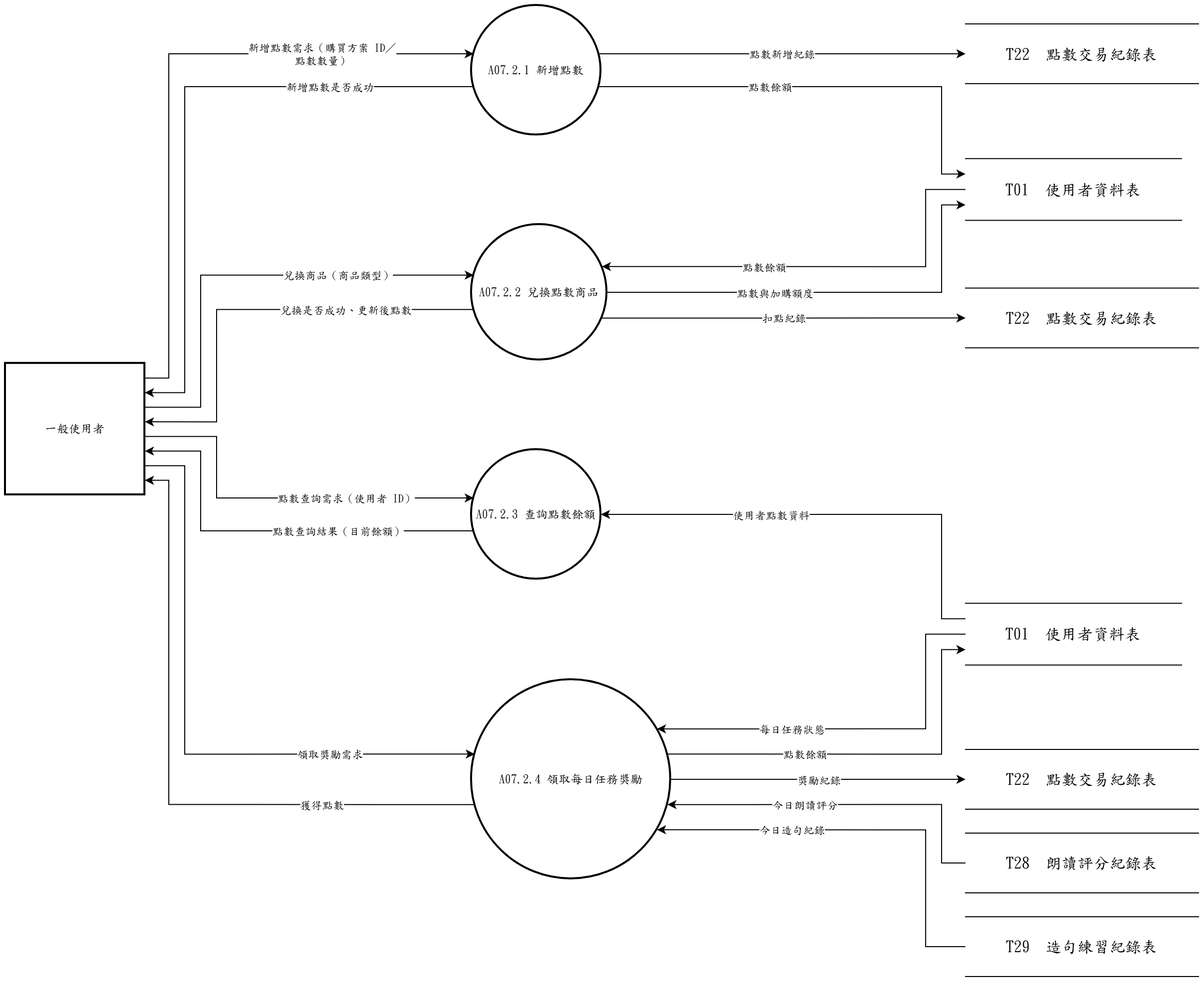
The draw.io diagram 系統文件/第6章/DFD圖/圖7/新/圖7-2.drawio.png in s22452007/115502, before a commit. Source tidied: cells renumbered, new cells last; positions are measured from the earlier drawing's top-left corner, leaving out a move shared by most shapes.
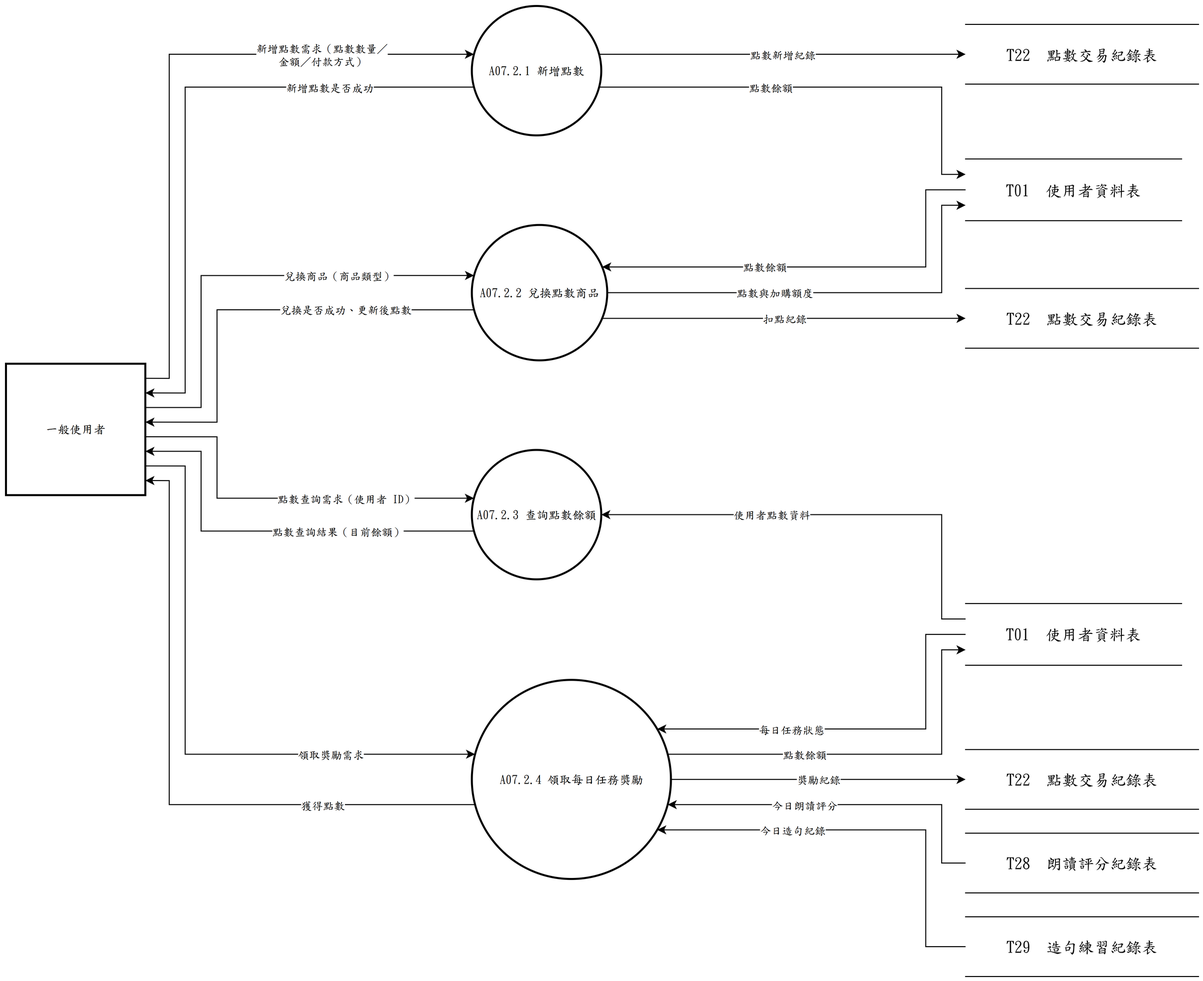
After the change.

Diff of the diagram source:
```diff
@@ -46,7 +46,7 @@
         </Array>
       </mxGeometry>
     </mxCell>
-    <mxCell id="15" value="新增點數需求（購買方案 ID／&lt;br&gt;點數數量）" style="edgeLabel;html=1;align=center;verticalAlign=middle;fontFamily=標楷體;" parent="14" vertex="1">
+    <mxCell id="15" value="新增點數需求（點數數量／&lt;br&gt;金額／付款方式）" style="edgeLabel;html=1;align=center;verticalAlign=middle;fontFamily=標楷體;" parent="14" vertex="1">
       <mxGeometry x="0.53" relative="1" as="geometry" />
     </mxCell>
     <mxCell id="16" style="edgeStyle=none;rounded=0;html=1;fontFamily=標楷體;endArrow=classic;exitX=0.0163;exitY=0.6267;exitDx=0;exitDy=0;exitPerimeter=0;entryX=1.0000;entryY=0.2222;entryDx=0;entryDy=0;entryPerimeter=0;" parent="1" edge="1" source="2" target="6">
```
